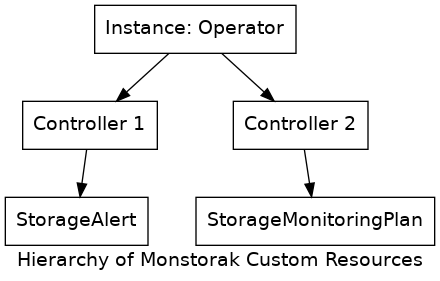
This is docs/Developers/Design/crd_hierarchy.dot.png from monstorak/monstorak-operator, a Graphviz export, as it was before one commit. Its source is kept beside it as docs/Developers/Design/crd_hierarchy.dot.
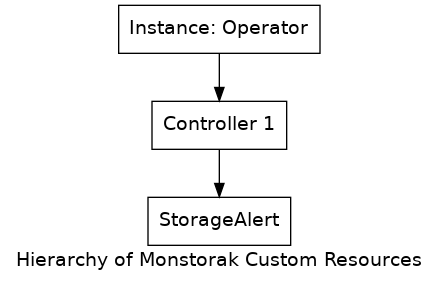
The same file after the commit.

Diff of the diagram source:
```diff
@@ -16,13 +16,9 @@
 
   o1 [label="Instance: Operator"]
   c11 [label="Controller 1"]
-  c12 [label="Controller 2"]
 
-  o1->c11, c12
+  o1->c11
 
   cr1 [label="StorageAlert"]
-  cr2 [label="StorageMonitoringPlan"]
-
   c11->cr1
-  c12->cr2
 }
```
